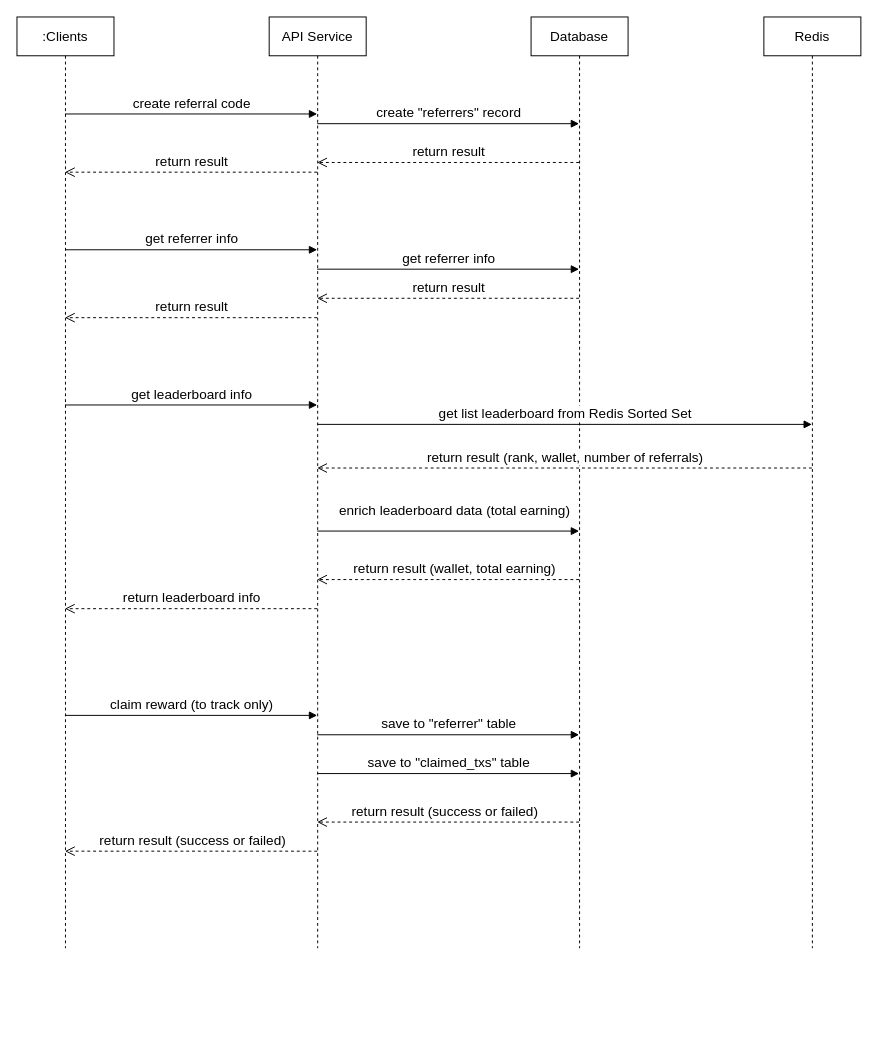
This is API service sequence diagram.drawio from piavgh/draw.io-data, a draw.io file, before an edit. Source tidied: cells renumbered, new cells numbered last; positions are measured from the earlier drawing's top-left corner, leaving out a move shared by most shapes. Both pictures are drawn from the tidied source at 97%, with x=0, y=0 at pixel (16, 16).
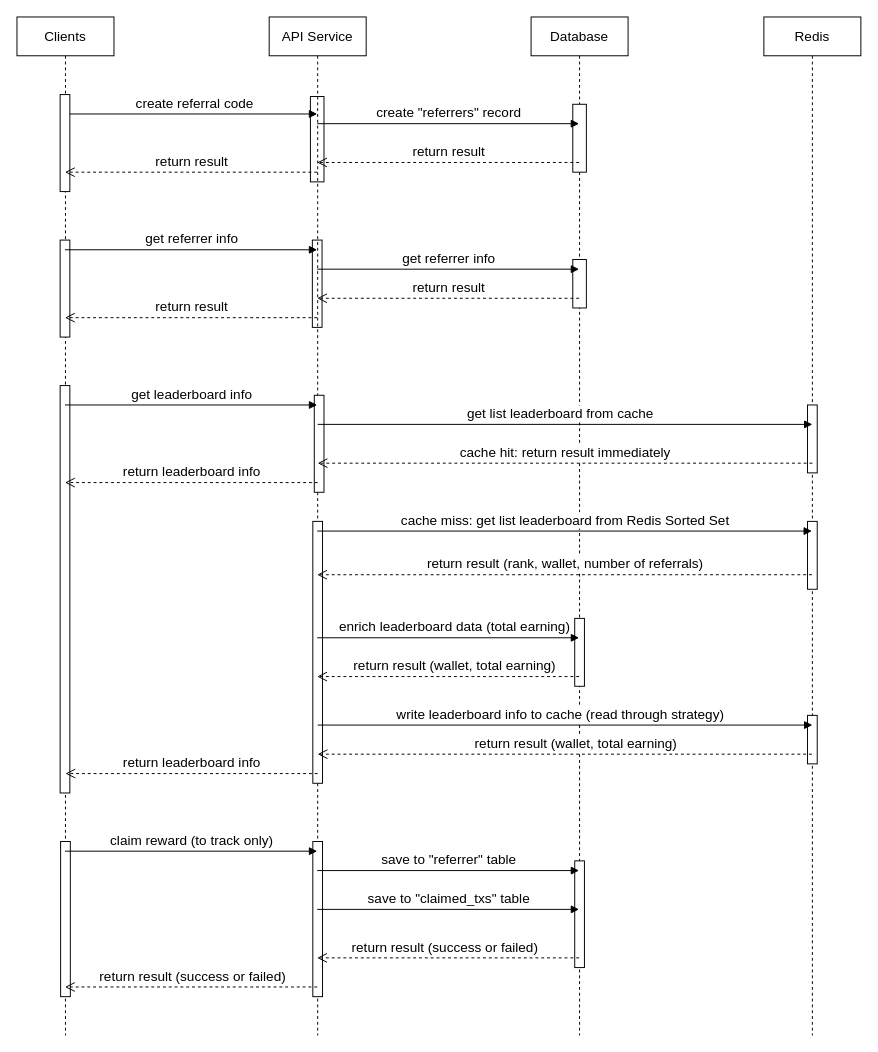
The same page after the edit.

What changed in the source:
```diff
@@
+    <mxCell id="25" style="html=1;perimeter=orthogonalPerimeter;" parent="1" vertex="1">
+      <mxGeometry x="304.5" y="230" width="10" height="90" as="geometry" />
+    </mxCell>
+    <mxCell id="26" style="html=1;perimeter=orthogonalPerimeter;" parent="1" vertex="1">
+      <mxGeometry x="302.5" y="82" width="14" height="88" as="geometry" />
+    </mxCell>
-    <mxCell id="2" value=":Clients" style="shape=umlLifeline;perimeter=lifelinePerimeter;whiteSpace=wrap;html=1;outlineConnect=0;fontSize=14;" parent="1" vertex="1">
-      <mxGeometry width="100" height="960" as="geometry" />
+    <mxCell id="2" value="Clients" style="shape=umlLifeline;perimeter=lifelinePerimeter;whiteSpace=wrap;html=1;outlineConnect=0;fontSize=14;" parent="1" vertex="1">
+      <mxGeometry width="100" height="1050" as="geometry" />
     </mxCell>
+    <mxCell id="27" style="html=1;points=[];perimeter=orthogonalPerimeter;" parent="2" vertex="1">
+      <mxGeometry x="44.5" y="80" width="10" height="100" as="geometry" />
+    </mxCell>
+    <mxCell id="28" style="html=1;perimeter=orthogonalPerimeter;" parent="2" vertex="1">
+      <mxGeometry x="44.5" y="230" width="10" height="100" as="geometry" />
+    </mxCell>
+    <mxCell id="29" style="html=1;perimeter=orthogonalPerimeter;" parent="2" vertex="1">
+      <mxGeometry x="44.5" y="380" width="10" height="420" as="geometry" />
+    </mxCell>
+    <mxCell id="30" style="html=1;perimeter=orthogonalPerimeter;" parent="2" vertex="1">
+      <mxGeometry x="45" y="850" width="10" height="160" as="geometry" />
+    </mxCell>
     <mxCell id="3" value="API Service" style="shape=umlLifeline;perimeter=lifelinePerimeter;whiteSpace=wrap;html=1;fontSize=14;" parent="1" vertex="1">
-      <mxGeometry x="260" width="100" height="960" as="geometry" />
+      <mxGeometry x="260" width="100" height="1050" as="geometry" />
     </mxCell>
+    <mxCell id="31" style="html=1;perimeter=orthogonalPerimeter;" parent="3" vertex="1">
+      <mxGeometry x="46.5" y="390" width="10" height="100" as="geometry" />
+    </mxCell>
+    <mxCell id="32" style="html=1;perimeter=orthogonalPerimeter;" parent="3" vertex="1">
+      <mxGeometry x="45" y="520" width="10" height="270" as="geometry" />
+    </mxCell>
+    <mxCell id="33" style="html=1;perimeter=orthogonalPerimeter;" parent="3" vertex="1">
+      <mxGeometry x="45" y="850" width="10" height="160" as="geometry" />
+    </mxCell>
     <mxCell id="4" value="Database" style="shape=umlLifeline;perimeter=lifelinePerimeter;whiteSpace=wrap;html=1;fontSize=14;" parent="1" vertex="1">
-      <mxGeometry x="530" width="100" height="960" as="geometry" />
+      <mxGeometry x="530" width="100" height="1050" as="geometry" />
     </mxCell>
+    <mxCell id="34" style="html=1;perimeter=orthogonalPerimeter;" parent="4" vertex="1">
+      <mxGeometry x="43" y="90" width="14" height="70" as="geometry" />
+    </mxCell>
+    <mxCell id="35" style="html=1;perimeter=orthogonalPerimeter;" parent="4" vertex="1">
+      <mxGeometry x="43" y="250" width="14" height="50" as="geometry" />
+    </mxCell>
+    <mxCell id="36" style="html=1;perimeter=orthogonalPerimeter;" parent="4" vertex="1">
+      <mxGeometry x="45" y="620" width="10" height="70" as="geometry" />
+    </mxCell>
+    <mxCell id="37" style="html=1;perimeter=orthogonalPerimeter;" parent="4" vertex="1">
+      <mxGeometry x="45" y="870" width="10" height="110" as="geometry" />
+    </mxCell>
     <mxCell id="5" value="Redis" style="shape=umlLifeline;perimeter=lifelinePerimeter;whiteSpace=wrap;html=1;outlineConnect=0;fontSize=14;" parent="1" vertex="1">
-      <mxGeometry x="770" width="100" height="960" as="geometry" />
+      <mxGeometry x="770" width="100" height="1050" as="geometry" />
     </mxCell>
+    <mxCell id="38" style="html=1;perimeter=orthogonalPerimeter;" parent="5" vertex="1">
+      <mxGeometry x="45" y="400" width="10" height="70" as="geometry" />
+    </mxCell>
+    <mxCell id="39" style="html=1;perimeter=orthogonalPerimeter;" parent="5" vertex="1">
+      <mxGeometry x="45" y="520" width="10" height="70" as="geometry" />
+    </mxCell>
+    <mxCell id="40" style="html=1;perimeter=orthogonalPerimeter;" parent="5" vertex="1">
+      <mxGeometry x="45" y="720" width="10" height="50" as="geometry" />
+    </mxCell>
-    <mxCell id="6" value="create referral code" style="html=1;verticalAlign=bottom;endArrow=block;rounded=0;fontSize=14;" parent="1" edge="1">
+    <mxCell id="6" value="create referral code" style="html=1;verticalAlign=bottom;endArrow=block;rounded=0;fontSize=14;" parent="1" edge="1" source="27">
       <mxGeometry relative="1" as="geometry">
-        <mxPoint x="49.5" y="100" as="sourcePoint" />
         <mxPoint x="309.5" y="100" as="targetPoint" />
       </mxGeometry>
     </mxCell>
@@
-    <mxCell id="15" value="get list leaderboard from Redis Sorted Set" style="html=1;verticalAlign=bottom;endArrow=block;rounded=0;fontSize=14;" parent="1" edge="1">
+    <mxCell id="15" value="cache miss: get list leaderboard from Redis Sorted Set" style="html=1;verticalAlign=bottom;endArrow=block;rounded=0;fontSize=14;" parent="1" edge="1">
       <mxGeometry relative="1" as="geometry">
-        <mxPoint x="309.5" y="420" as="sourcePoint" />
-        <mxPoint x="819.5" y="420" as="targetPoint" />
+        <mxPoint x="309.5" y="530" as="sourcePoint" />
+        <mxPoint x="819.5" y="530" as="targetPoint" />
       </mxGeometry>
     </mxCell>
     <mxCell id="16" value="return result (rank, wallet, number of referrals)" style="html=1;verticalAlign=bottom;endArrow=open;dashed=1;endSize=8;rounded=0;fontSize=14;" parent="1" edge="1">
       <mxGeometry relative="1" as="geometry">
-        <mxPoint x="819.5" y="465" as="sourcePoint" />
-        <mxPoint x="309.5" y="465" as="targetPoint" />
+        <mxPoint x="819.5" y="575" as="sourcePoint" />
+        <mxPoint x="309.5" y="575" as="targetPoint" />
       </mxGeometry>
     </mxCell>
     <mxCell id="17" value="enrich leaderboard data (total earning)" style="html=1;verticalAlign=bottom;endArrow=block;rounded=0;fontSize=14;" parent="1" edge="1">
-      <mxGeometry x="0.04" y="10" relative="1" as="geometry">
-        <mxPoint x="309.5" y="530" as="sourcePoint" />
-        <mxPoint x="579.5" y="530" as="targetPoint" />
+      <mxGeometry x="0.04" relative="1" as="geometry">
+        <mxPoint x="309.5" y="640" as="sourcePoint" />
+        <mxPoint x="579.5" y="640" as="targetPoint" />
         <mxPoint x="1" as="offset" />
       </mxGeometry>
     </mxCell>
     <mxCell id="18" value="return result (wallet, total earning)" style="html=1;verticalAlign=bottom;endArrow=open;dashed=1;endSize=8;rounded=0;fontSize=14;" parent="1" edge="1">
       <mxGeometry x="-0.04" relative="1" as="geometry">
-        <mxPoint x="579.5" y="580" as="sourcePoint" />
-        <mxPoint x="309.5" y="580" as="targetPoint" />
+        <mxPoint x="579.5" y="680" as="sourcePoint" />
+        <mxPoint x="309.5" y="680" as="targetPoint" />
         <mxPoint x="1" as="offset" />
       </mxGeometry>
     </mxCell>
     <mxCell id="19" value="return leaderboard info" style="html=1;verticalAlign=bottom;endArrow=open;dashed=1;endSize=8;rounded=0;fontSize=14;" parent="1" edge="1">
       <mxGeometry relative="1" as="geometry">
-        <mxPoint x="309.5" y="610" as="sourcePoint" />
-        <mxPoint x="49.5" y="610" as="targetPoint" />
+        <mxPoint x="310" y="780" as="sourcePoint" />
+        <mxPoint x="50" y="780" as="targetPoint" />
       </mxGeometry>
     </mxCell>
     <mxCell id="20" value="claim reward (to track only)" style="html=1;verticalAlign=bottom;endArrow=block;rounded=0;fontSize=14;" parent="1" edge="1">
       <mxGeometry relative="1" as="geometry">
-        <mxPoint x="49.5" y="720" as="sourcePoint" />
-        <mxPoint x="309.5" y="720" as="targetPoint" />
+        <mxPoint x="49.5" y="860" as="sourcePoint" />
+        <mxPoint x="309.5" y="860" as="targetPoint" />
       </mxGeometry>
     </mxCell>
     <mxCell id="21" value="save to &quot;referrer&quot; table" style="html=1;verticalAlign=bottom;endArrow=block;rounded=0;fontSize=14;" parent="1" edge="1">
       <mxGeometry relative="1" as="geometry">
-        <mxPoint x="309.5" y="740" as="sourcePoint" />
-        <mxPoint x="579.5" y="740" as="targetPoint" />
+        <mxPoint x="309.5" y="880" as="sourcePoint" />
+        <mxPoint x="579.5" y="880" as="targetPoint" />
       </mxGeometry>
     </mxCell>
     <mxCell id="22" value="save to &quot;claimed_txs&quot; table" style="html=1;verticalAlign=bottom;endArrow=block;rounded=0;fontSize=14;" parent="1" edge="1">
       <mxGeometry relative="1" as="geometry">
-        <mxPoint x="309.5" y="780" as="sourcePoint" />
-        <mxPoint x="579.5" y="780" as="targetPoint" />
+        <mxPoint x="309.5" y="920" as="sourcePoint" />
+        <mxPoint x="579.5" y="920" as="targetPoint" />
       </mxGeometry>
     </mxCell>
     <mxCell id="23" value="return result (success or failed)" style="html=1;verticalAlign=bottom;endArrow=open;dashed=1;endSize=8;rounded=0;fontSize=14;" parent="1" edge="1">
       <mxGeometry x="0.03" relative="1" as="geometry">
-        <mxPoint x="579.5" y="830" as="sourcePoint" />
-        <mxPoint x="309.5" y="830" as="targetPoint" />
+        <mxPoint x="579.5" y="970" as="sourcePoint" />
+        <mxPoint x="309.5" y="970" as="targetPoint" />
       </mxGeometry>
     </mxCell>
     <mxCell id="24" value="return result (success or failed)" style="html=1;verticalAlign=bottom;endArrow=open;dashed=1;endSize=8;rounded=0;fontSize=14;" parent="1" edge="1">
       <mxGeometry relative="1" as="geometry">
-        <mxPoint x="309.5" y="860" as="sourcePoint" />
-        <mxPoint x="49.5" y="860" as="targetPoint" />
+        <mxPoint x="309.5" y="1000" as="sourcePoint" />
+        <mxPoint x="49.5" y="1000" as="targetPoint" />
         <mxPoint x="1" as="offset" />
       </mxGeometry>
     </mxCell>
+    <mxCell id="41" value="get list leaderboard from cache" style="html=1;verticalAlign=bottom;endArrow=block;rounded=0;fontSize=14;" parent="1" edge="1">
+      <mxGeometry x="-0.02" relative="1" as="geometry">
+        <mxPoint x="310" y="420" as="sourcePoint" />
+        <mxPoint x="820" y="420" as="targetPoint" />
+      </mxGeometry>
+    </mxCell>
+    <mxCell id="42" value="write leaderboard info to cache (read through strategy)" style="html=1;verticalAlign=bottom;endArrow=block;rounded=0;fontSize=14;" parent="1" edge="1">
+      <mxGeometry x="-0.02" relative="1" as="geometry">
+        <mxPoint x="310" y="730" as="sourcePoint" />
+        <mxPoint x="820" y="730" as="targetPoint" />
+      </mxGeometry>
+    </mxCell>
+    <mxCell id="43" value="cache hit: return result immediately" style="html=1;verticalAlign=bottom;endArrow=open;dashed=1;endSize=8;rounded=0;fontSize=14;" parent="1" edge="1">
+      <mxGeometry relative="1" as="geometry">
+        <mxPoint x="820" y="460" as="sourcePoint" />
+        <mxPoint x="310" y="460" as="targetPoint" />
+      </mxGeometry>
+    </mxCell>
+    <mxCell id="44" value="return leaderboard info" style="html=1;verticalAlign=bottom;endArrow=open;dashed=1;endSize=8;rounded=0;fontSize=14;" parent="1" edge="1" target="2">
+      <mxGeometry relative="1" as="geometry">
+        <mxPoint x="310" y="480" as="sourcePoint" />
+      </mxGeometry>
+    </mxCell>
+    <mxCell id="45" value="return result (wallet, total earning)" style="html=1;verticalAlign=bottom;endArrow=open;dashed=1;endSize=8;rounded=0;fontSize=14;" parent="1" edge="1" source="5">
+      <mxGeometry x="-0.04" relative="1" as="geometry">
+        <mxPoint x="310" y="760" as="targetPoint" />
+        <mxPoint x="1" as="offset" />
+      </mxGeometry>
+    </mxCell>
```
